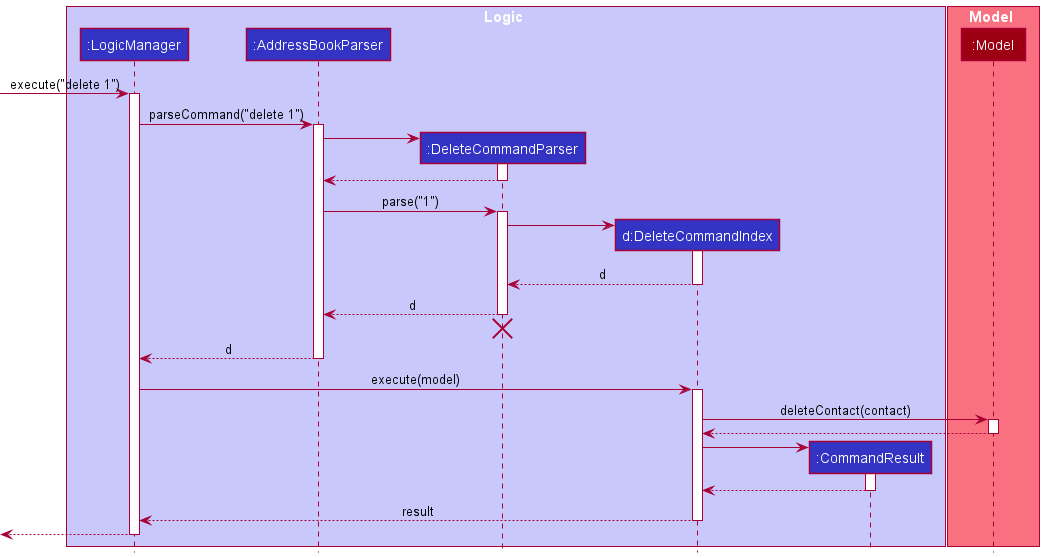
This is docs/images/DeleteSequenceDiagram.png from nus-cs2103-AY2122S1/tp, a PlantUML export, as it was before one commit.
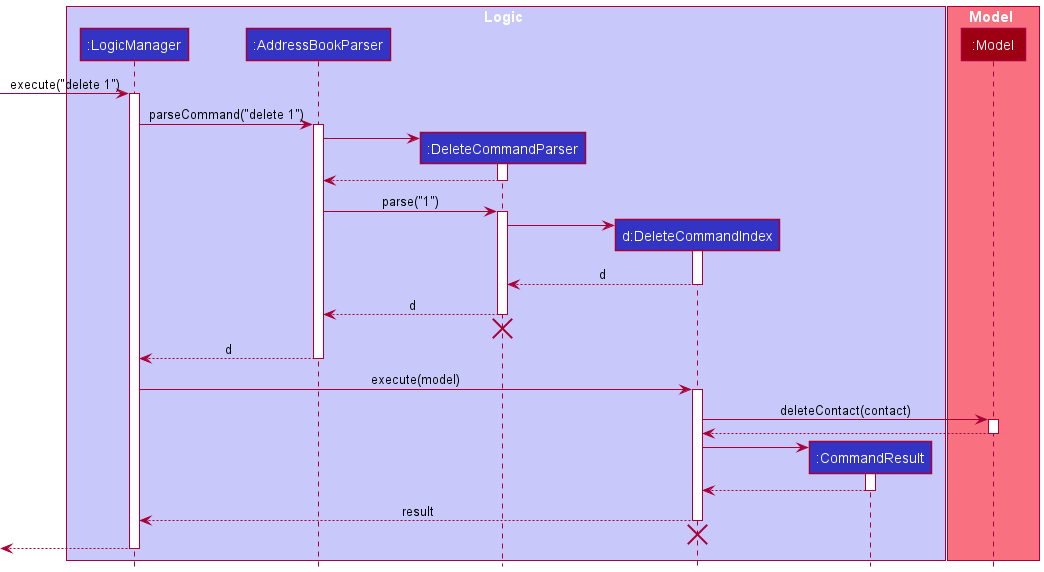
The same file after the commit.

Change to the diagram source:
```diff
@@ -62,6 +62,8 @@
 
 DeleteCommandIndex --> LogicManager : result
 deactivate DeleteCommandIndex
+DeleteCommandIndex -[hidden]-> LogicManager
+destroy DeleteCommandIndex
 
 [<--LogicManager
 deactivate LogicManager
```
